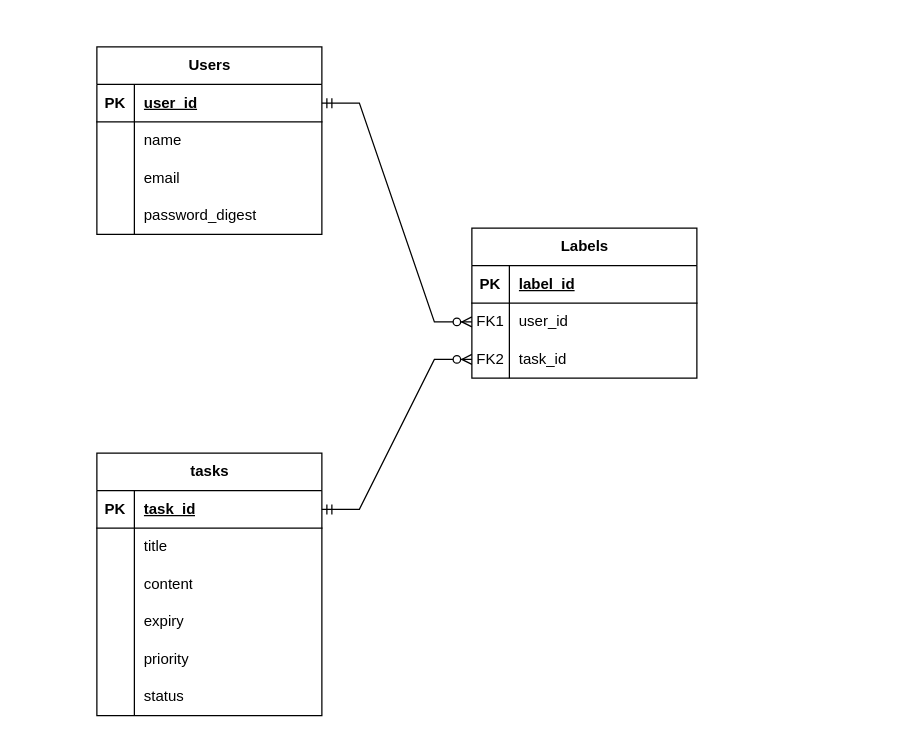
Earlier version of the draw.io diagram docs/ER.drawio (taiki8amamoto/taskmanage_app). Source tidied: cells renumbered, new cells numbered last; positions are measured from the earlier drawing's top-left corner, leaving out a move shared by most shapes. Both pictures are drawn from the tidied source at 125%, with x=0, y=0 at pixel (96, 46).
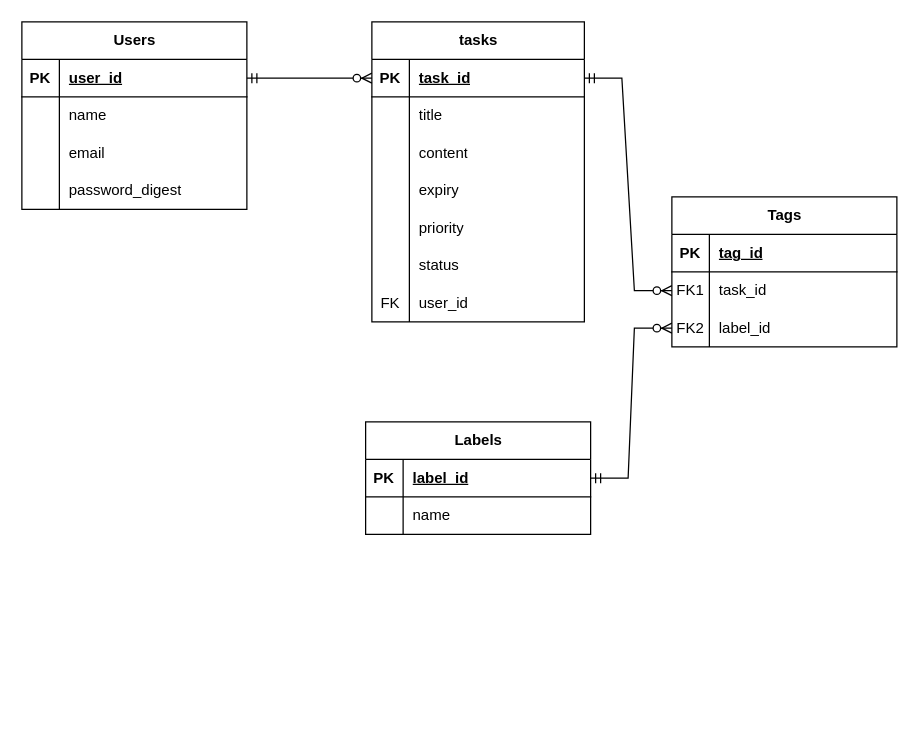
After the change.

The change refers to these unchanged cells:
```xml
<mxCell id="3" style="shape=tableRow;horizontal=0;startSize=0;swimlaneHead=0;swimlaneBody=0;fillColor=none;points=[[0,0.5],[1,0.5]];portConstraint=eastwest;top=0;left=0;right=0;bottom=1;" parent="2" vertex="1">
  <mxGeometry y="30" width="180" height="30" as="geometry" />
</mxCell>
<mxCell id="35" style="shape=tableRow;horizontal=0;startSize=0;swimlaneHead=0;swimlaneBody=0;fillColor=none;points=[[0,0.5],[1,0.5]];portConstraint=eastwest;top=0;left=0;right=0;bottom=1;" parent="34" vertex="1">
  <mxGeometry y="30" width="180" height="30" as="geometry" />
</mxCell>
<mxCell id="38" style="shape=tableRow;horizontal=0;startSize=0;swimlaneHead=0;swimlaneBody=0;fillColor=none;points=[[0,0.5],[1,0.5]];portConstraint=eastwest;top=0;left=0;right=0;bottom=0;" parent="34" vertex="1">
  <mxGeometry y="60" width="180" height="30" as="geometry" />
</mxCell>
```

The edit, as a diff of the source:
```diff
@@
     <mxCell id="2" value="Users" style="shape=table;startSize=30;childLayout=tableLayout;rowLines=0;fontStyle=1;align=center;html=1;" parent="1" vertex="1">
-      <mxGeometry width="180" height="150" as="geometry" />
+      <mxGeometry x="-60" y="-20" width="180" height="150" as="geometry" />
     </mxCell>
@@
     <mxCell id="15" value="tasks" style="shape=table;startSize=30;childLayout=tableLayout;rowLines=0;fontStyle=1;align=center;html=1;" parent="1" vertex="1">
-      <mxGeometry y="325" width="180" height="210" as="geometry" />
+      <mxGeometry x="220" y="-20" width="170" height="240" as="geometry" />
     </mxCell>
     <mxCell id="16" style="shape=tableRow;horizontal=0;startSize=0;swimlaneHead=0;swimlaneBody=0;fillColor=none;points=[[0,0.5],[1,0.5]];portConstraint=eastwest;top=0;left=0;right=0;bottom=1;" parent="15" vertex="1">
-      <mxGeometry y="30" width="180" height="30" as="geometry" />
+      <mxGeometry y="30" width="170" height="30" as="geometry" />
     </mxCell>
@@
     <mxCell id="18" value="task_id" style="shape=partialRectangle;fillColor=none;top=0;left=0;bottom=0;right=0;align=left;spacingLeft=6;fontStyle=5;overflow=hidden;whiteSpace=wrap;html=1;" parent="16" vertex="1">
-      <mxGeometry x="30" width="150" height="30" as="geometry" />
+      <mxGeometry x="30" width="140" height="30" as="geometry" />
     </mxCell>
     <mxCell id="19" style="shape=tableRow;horizontal=0;startSize=0;swimlaneHead=0;swimlaneBody=0;fillColor=none;top=0;left=0;right=0;bottom=0;" parent="15" vertex="1">
-      <mxGeometry y="60" width="180" height="30" as="geometry" />
+      <mxGeometry y="60" width="170" height="30" as="geometry" />
     </mxCell>
@@
     <mxCell id="21" value="title" style="shape=partialRectangle;fillColor=none;top=0;left=0;bottom=0;right=0;align=left;spacingLeft=6;overflow=hidden;whiteSpace=wrap;html=1;" parent="19" vertex="1">
-      <mxGeometry x="30" width="150" height="30" as="geometry" />
+      <mxGeometry x="30" width="140" height="30" as="geometry" />
     </mxCell>
     <mxCell id="22" style="shape=tableRow;horizontal=0;startSize=0;swimlaneHead=0;swimlaneBody=0;fillColor=none;top=0;left=0;right=0;bottom=0;" parent="15" vertex="1">
-      <mxGeometry y="90" width="180" height="30" as="geometry" />
+      <mxGeometry y="90" width="170" height="30" as="geometry" />
     </mxCell>
@@
     <mxCell id="24" value="content" style="shape=partialRectangle;fillColor=none;top=0;left=0;bottom=0;right=0;align=left;spacingLeft=6;overflow=hidden;whiteSpace=wrap;html=1;" parent="22" vertex="1">
-      <mxGeometry x="30" width="150" height="30" as="geometry" />
+      <mxGeometry x="30" width="140" height="30" as="geometry" />
     </mxCell>
     <mxCell id="25" style="shape=tableRow;horizontal=0;startSize=0;swimlaneHead=0;swimlaneBody=0;fillColor=none;top=0;left=0;right=0;bottom=0;" parent="15" vertex="1">
-      <mxGeometry y="120" width="180" height="30" as="geometry" />
+      <mxGeometry y="120" width="170" height="30" as="geometry" />
     </mxCell>
@@
     <mxCell id="27" value="expiry" style="shape=partialRectangle;fillColor=none;top=0;left=0;bottom=0;right=0;align=left;spacingLeft=6;overflow=hidden;whiteSpace=wrap;html=1;" parent="25" vertex="1">
-      <mxGeometry x="30" width="150" height="30" as="geometry" />
+      <mxGeometry x="30" width="140" height="30" as="geometry" />
     </mxCell>
     <mxCell id="28" style="shape=tableRow;horizontal=0;startSize=0;swimlaneHead=0;swimlaneBody=0;fillColor=none;top=0;left=0;right=0;bottom=0;" parent="15" vertex="1">
-      <mxGeometry y="150" width="180" height="30" as="geometry" />
+      <mxGeometry y="150" width="170" height="30" as="geometry" />
     </mxCell>
@@
     <mxCell id="30" value="priority" style="shape=partialRectangle;fillColor=none;top=0;left=0;bottom=0;right=0;align=left;spacingLeft=6;overflow=hidden;whiteSpace=wrap;html=1;" parent="28" vertex="1">
-      <mxGeometry x="30" width="150" height="30" as="geometry" />
+      <mxGeometry x="30" width="140" height="30" as="geometry" />
     </mxCell>
+    <mxCell id="46" style="shape=tableRow;horizontal=0;startSize=0;swimlaneHead=0;swimlaneBody=0;fillColor=none;top=0;left=0;right=0;bottom=0;" parent="15" vertex="1">
+      <mxGeometry y="180" width="170" height="30" as="geometry" />
+    </mxCell>
+    <mxCell id="47" style="shape=partialRectangle;fillColor=none;top=0;left=0;bottom=0;right=0;overflow=hidden;whiteSpace=wrap;html=1;" parent="46" vertex="1">
+      <mxGeometry width="30" height="30" as="geometry" />
+    </mxCell>
+    <mxCell id="48" value="status" style="shape=partialRectangle;fillColor=none;top=0;left=0;bottom=0;right=0;align=left;spacingLeft=6;overflow=hidden;whiteSpace=wrap;html=1;" parent="46" vertex="1">
+      <mxGeometry x="30" width="140" height="30" as="geometry" />
+    </mxCell>
     <mxCell id="31" style="shape=tableRow;horizontal=0;startSize=0;swimlaneHead=0;swimlaneBody=0;fillColor=none;top=0;left=0;right=0;bottom=0;" parent="15" vertex="1">
-      <mxGeometry y="180" width="180" height="30" as="geometry" />
+      <mxGeometry y="210" width="170" height="30" as="geometry" />
     </mxCell>
-    <mxCell id="32" style="shape=partialRectangle;fillColor=none;top=0;left=0;bottom=0;right=0;overflow=hidden;whiteSpace=wrap;html=1;" parent="31" vertex="1">
+    <mxCell id="32" value="FK" style="shape=partialRectangle;fillColor=none;top=0;left=0;bottom=0;right=0;overflow=hidden;whiteSpace=wrap;html=1;" parent="31" vertex="1">
       <mxGeometry width="30" height="30" as="geometry" />
     </mxCell>
-    <mxCell id="33" value="status" style="shape=partialRectangle;fillColor=none;top=0;left=0;bottom=0;right=0;align=left;spacingLeft=6;overflow=hidden;whiteSpace=wrap;html=1;" parent="31" vertex="1">
-      <mxGeometry x="30" width="150" height="30" as="geometry" />
+    <mxCell id="33" value="user_id" style="shape=partialRectangle;fillColor=none;top=0;left=0;bottom=0;right=0;align=left;spacingLeft=6;overflow=hidden;whiteSpace=wrap;html=1;" parent="31" vertex="1">
+      <mxGeometry x="30" width="140" height="30" as="geometry" />
     </mxCell>
     <mxCell id="34" value="Labels" style="shape=table;startSize=30;childLayout=tableLayout;rowLines=0;fontStyle=1;align=center;html=1;" parent="1" vertex="1">
-      <mxGeometry x="300" y="145" width="180" height="120" as="geometry" />
+      <mxGeometry x="215" y="300" width="180" height="90" as="geometry" />
     </mxCell>
@@
-    <mxCell id="39" value="FK1" style="shape=partialRectangle;fillColor=none;top=0;left=0;bottom=0;right=0;overflow=hidden;whiteSpace=wrap;html=1;" parent="38" vertex="1">
+    <mxCell id="39" style="shape=partialRectangle;fillColor=none;top=0;left=0;bottom=0;right=0;overflow=hidden;whiteSpace=wrap;html=1;" parent="38" vertex="1">
       <mxGeometry width="30" height="30" as="geometry" />
     </mxCell>
-    <mxCell id="40" value="user_id" style="shape=partialRectangle;fillColor=none;top=0;left=0;bottom=0;right=0;align=left;spacingLeft=6;overflow=hidden;whiteSpace=wrap;html=1;" parent="38" vertex="1">
+    <mxCell id="40" value="name" style="shape=partialRectangle;fillColor=none;top=0;left=0;bottom=0;right=0;align=left;spacingLeft=6;overflow=hidden;whiteSpace=wrap;html=1;" parent="38" vertex="1">
       <mxGeometry x="30" width="150" height="30" as="geometry" />
     </mxCell>
+    <mxCell id="44" style="edgeStyle=entityRelationEdgeStyle;fontSize=12;html=1;endArrow=ERzeroToMany;startArrow=ERmandOne;rounded=0;exitX=1;exitY=0.5;exitDx=0;exitDy=0;entryX=0;entryY=0.5;entryDx=0;entryDy=0;" parent="1" edge="1" source="3" target="16">
+      <mxGeometry relative="1" as="geometry">
+        <Array as="points">
+          <mxPoint x="240" y="135" />
+          <mxPoint x="210" y="165" />
+          <mxPoint x="260" y="115" />
+        </Array>
+      </mxGeometry>
+    </mxCell>
+    <mxCell id="45" style="edgeStyle=entityRelationEdgeStyle;fontSize=12;html=1;endArrow=ERzeroToMany;startArrow=ERmandOne;rounded=0;exitX=1;exitY=0.5;exitDx=0;exitDy=0;entryX=0;entryY=0.5;entryDx=0;entryDy=0;" parent="1" edge="1" source="16" target="53">
+      <mxGeometry relative="1" as="geometry" />
+    </mxCell>
+    <mxCell id="49" value="Tags" style="shape=table;startSize=30;childLayout=tableLayout;rowLines=0;fontStyle=1;align=center;html=1;" parent="1" vertex="1">
+      <mxGeometry x="460" y="120" width="180" height="120" as="geometry" />
+    </mxCell>
+    <mxCell id="50" style="shape=tableRow;horizontal=0;startSize=0;swimlaneHead=0;swimlaneBody=0;fillColor=none;top=0;left=0;right=0;bottom=1;" parent="49" vertex="1">
+      <mxGeometry y="30" width="180" height="30" as="geometry" />
+    </mxCell>
+    <mxCell id="51" value="PK" style="shape=partialRectangle;fillColor=none;top=0;left=0;bottom=0;right=0;fontStyle=1;overflow=hidden;whiteSpace=wrap;html=1;" parent="50" vertex="1">
+      <mxGeometry width="30" height="30" as="geometry" />
+    </mxCell>
+    <mxCell id="52" value="tag_id" style="shape=partialRectangle;fillColor=none;top=0;left=0;bottom=0;right=0;align=left;spacingLeft=6;fontStyle=5;overflow=hidden;whiteSpace=wrap;html=1;" parent="50" vertex="1">
+      <mxGeometry x="30" width="150" height="30" as="geometry" />
+    </mxCell>
+    <mxCell id="53" style="shape=tableRow;horizontal=0;startSize=0;swimlaneHead=0;swimlaneBody=0;fillColor=none;points=[[0,0.5],[1,0.5]];portConstraint=eastwest;top=0;left=0;right=0;bottom=0;" parent="49" vertex="1">
+      <mxGeometry y="60" width="180" height="30" as="geometry" />
+    </mxCell>
+    <mxCell id="54" value="FK1" style="shape=partialRectangle;fillColor=none;top=0;left=0;bottom=0;right=0;overflow=hidden;whiteSpace=wrap;html=1;" parent="53" vertex="1">
+      <mxGeometry width="30" height="30" as="geometry" />
+    </mxCell>
+    <mxCell id="43" value="task_id" style="shape=partialRectangle;fillColor=none;top=0;left=0;bottom=0;right=0;align=left;spacingLeft=6;overflow=hidden;whiteSpace=wrap;html=1;" parent="53" vertex="1">
+      <mxGeometry x="30" width="150" height="30" as="geometry" />
+    </mxCell>
-    <mxCell id="41" style="shape=tableRow;horizontal=0;startSize=0;swimlaneHead=0;swimlaneBody=0;fillColor=none;points=[[0,0.5],[1,0.5]];portConstraint=eastwest;top=0;left=0;right=0;bottom=0;" parent="34" vertex="1">
+    <mxCell id="41" style="shape=tableRow;horizontal=0;startSize=0;swimlaneHead=0;swimlaneBody=0;fillColor=none;points=[[0,0.5],[1,0.5]];portConstraint=eastwest;top=0;left=0;right=0;bottom=0;" parent="49" vertex="1">
       <mxGeometry y="90" width="180" height="30" as="geometry" />
     </mxCell>
@@
-    <mxCell id="43" value="task_id" style="shape=partialRectangle;fillColor=none;top=0;left=0;bottom=0;right=0;align=left;spacingLeft=6;overflow=hidden;whiteSpace=wrap;html=1;" parent="41" vertex="1">
-      <mxGeometry x="30" width="150" height="30" as="geometry" />
-    </mxCell>
-    <mxCell id="44" style="edgeStyle=entityRelationEdgeStyle;fontSize=12;html=1;endArrow=ERzeroToMany;startArrow=ERmandOne;rounded=0;exitX=1;exitY=0.5;exitDx=0;exitDy=0;entryX=0;entryY=0.5;entryDx=0;entryDy=0;" parent="1" edge="1" source="3" target="38">
-      <mxGeometry relative="1" as="geometry">
-        <Array as="points">
-          <mxPoint x="240" y="135" />
-          <mxPoint x="210" y="165" />
-          <mxPoint x="260" y="115" />
-        </Array>
-      </mxGeometry>
-    </mxCell>
-    <mxCell id="45" style="edgeStyle=entityRelationEdgeStyle;fontSize=12;html=1;endArrow=ERzeroToMany;startArrow=ERmandOne;rounded=0;exitX=1;exitY=0.5;exitDx=0;exitDy=0;entryX=0;entryY=0.5;entryDx=0;entryDy=0;" parent="1" edge="1" source="16" target="41">
-      <mxGeometry relative="1" as="geometry" />
-    </mxCell>
+    <mxCell id="55" value="label_id" style="shape=partialRectangle;fillColor=none;top=0;left=0;bottom=0;right=0;align=left;spacingLeft=6;overflow=hidden;whiteSpace=wrap;html=1;" parent="41" vertex="1">
+      <mxGeometry x="30" width="150" height="30" as="geometry" />
+    </mxCell>
+    <mxCell id="56" style="edgeStyle=entityRelationEdgeStyle;fontSize=12;html=1;endArrow=ERzeroToMany;startArrow=ERmandOne;rounded=0;exitX=1;exitY=0.5;exitDx=0;exitDy=0;entryX=0;entryY=0.5;entryDx=0;entryDy=0;" parent="1" edge="1" source="35" target="41">
+      <mxGeometry relative="1" as="geometry" />
+    </mxCell>
```
